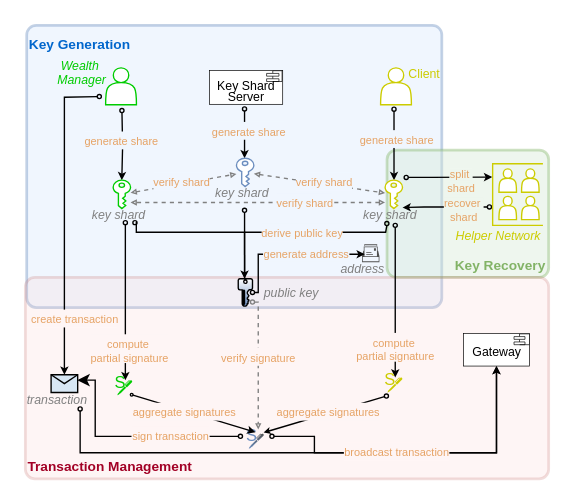
Earlier version of the draw.io diagram page "txn-sign-tech" (4 of 13) of drawio-diagrams/wallet_architecture.drawio (dlt-science/crypto-mpc-wallet-bloom). Source tidied: cells renumbered, new cells numbered last; positions are measured from the earlier drawing's top-left corner, leaving out a move shared by most shapes. Both pictures are drawn from the tidied source at 137%, with x=0, y=0 at pixel (25, 25).
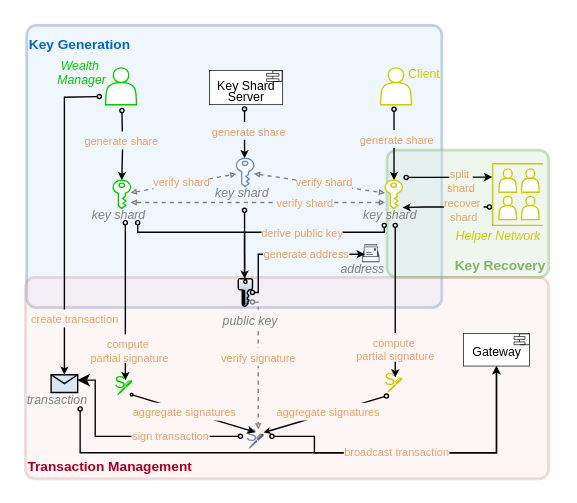
After the change.

The change refers to these unchanged cells:
```xml
<mxCell id="3" value="&lt;font style=&quot;font-size: 10px;&quot; color=&quot;#82b366&quot;&gt;&lt;span style=&quot;text-wrap-mode: nowrap;&quot;&gt;&lt;b style=&quot;&quot;&gt;Key Recovery&lt;/b&gt;&lt;/span&gt;&lt;/font&gt;" style="rounded=1;whiteSpace=wrap;html=1;absoluteArcSize=1;arcSize=14;strokeWidth=2;fillColor=#d5e8d4;strokeColor=#82b366;opacity=40;rotation=0;align=right;verticalAlign=bottom;spacingBottom=0;spacingRight=0;spacingLeft=0;" parent="1" vertex="1">
  <mxGeometry x="264" y="91" width="118" height="93" as="geometry" />
</mxCell>
```

The edit, as a diff of the source:
```diff
@@
-    <mxCell id="21" value="&lt;i style=&quot;background-color: initial;&quot;&gt;&lt;font color=&quot;#808080&quot; style=&quot;font-size: 9px;&quot;&gt;public key&lt;/font&gt;&lt;/i&gt;" style="text;html=1;align=center;verticalAlign=middle;strokeColor=none;fillColor=none;" parent="1" vertex="1">
-      <mxGeometry x="165" y="182" width="58" height="26" as="geometry" />
-    </mxCell>
@@
     <mxCell id="62" style="edgeStyle=orthogonalEdgeStyle;rounded=0;orthogonalLoop=1;jettySize=auto;html=1;startArrow=oval;startFill=0;startSize=3;endArrow=classic;endFill=1;strokeColor=default;endSize=3;" parent="1" edge="1">
       <mxGeometry relative="1" as="geometry">
-        <mxPoint x="80" y="144" as="sourcePoint" />
+        <mxPoint x="82" y="144" as="sourcePoint" />
         <mxPoint x="160" y="185" as="targetPoint" />
         <Array as="points">
-          <mxPoint x="81" y="144" />
-          <mxPoint x="81" y="151" />
+          <mxPoint x="82" y="144" />
+          <mxPoint x="82" y="151" />
           <mxPoint x="160" y="151" />
-          <mxPoint x="160" y="185" />
         </Array>
       </mxGeometry>
     </mxCell>
-    <mxCell id="63" style="edgeStyle=orthogonalEdgeStyle;rounded=0;jettySize=auto;html=1;startArrow=oval;startFill=0;startSize=3;endArrow=none;endFill=0;exitX=-0.001;exitY=0.577;exitDx=0;exitDy=0;exitPerimeter=0;strokeColor=default;" parent="1" edge="1" source="3">
+    <mxCell id="63" style="edgeStyle=orthogonalEdgeStyle;rounded=0;orthogonalLoop=1;jettySize=auto;html=1;startArrow=oval;startFill=0;startSize=3;endArrow=none;endFill=0;strokeColor=default;" parent="1" edge="1">
       <mxGeometry relative="1" as="geometry">
+        <mxPoint x="262" y="146" as="sourcePoint" />
         <mxPoint x="160" y="151" as="targetPoint" />
         <Array as="points">
-          <mxPoint x="263" y="146" />
-          <mxPoint x="263" y="151" />
-          <mxPoint x="168" y="151" />
+          <mxPoint x="262" y="146" />
+          <mxPoint x="262" y="151" />
         </Array>
       </mxGeometry>
     </mxCell>
@@
+    <mxCell id="21" value="&lt;i style=&quot;&quot;&gt;&lt;font color=&quot;#808080&quot; style=&quot;font-size: 9px;&quot;&gt;public key&lt;/font&gt;&lt;/i&gt;" style="text;html=1;align=center;verticalAlign=middle;strokeColor=none;fillColor=none;labelBackgroundColor=#FEF5F5;" parent="1" vertex="1">
+      <mxGeometry x="134.8" y="202.2" width="58" height="26" as="geometry" />
+    </mxCell>
```
